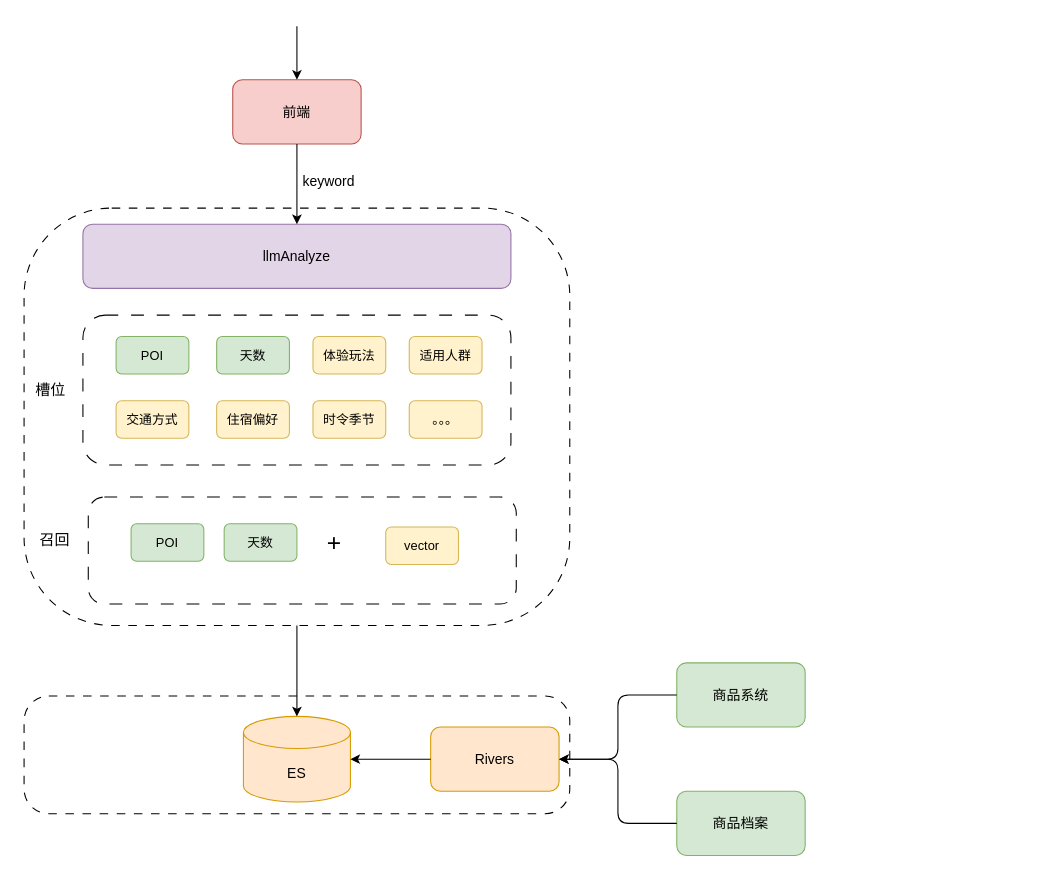
haiyang1985/draw-io keeps this draw.io diagram as Untitled Diagram.drawio. Above is the earlier version. Source tidied: cells renumbered, new cells numbered last; positions are measured from the earlier drawing's top-left corner, leaving out a move shared by most shapes. Both pictures are drawn from the tidied source at 107%, with x=0, y=0 at pixel (18, 26).
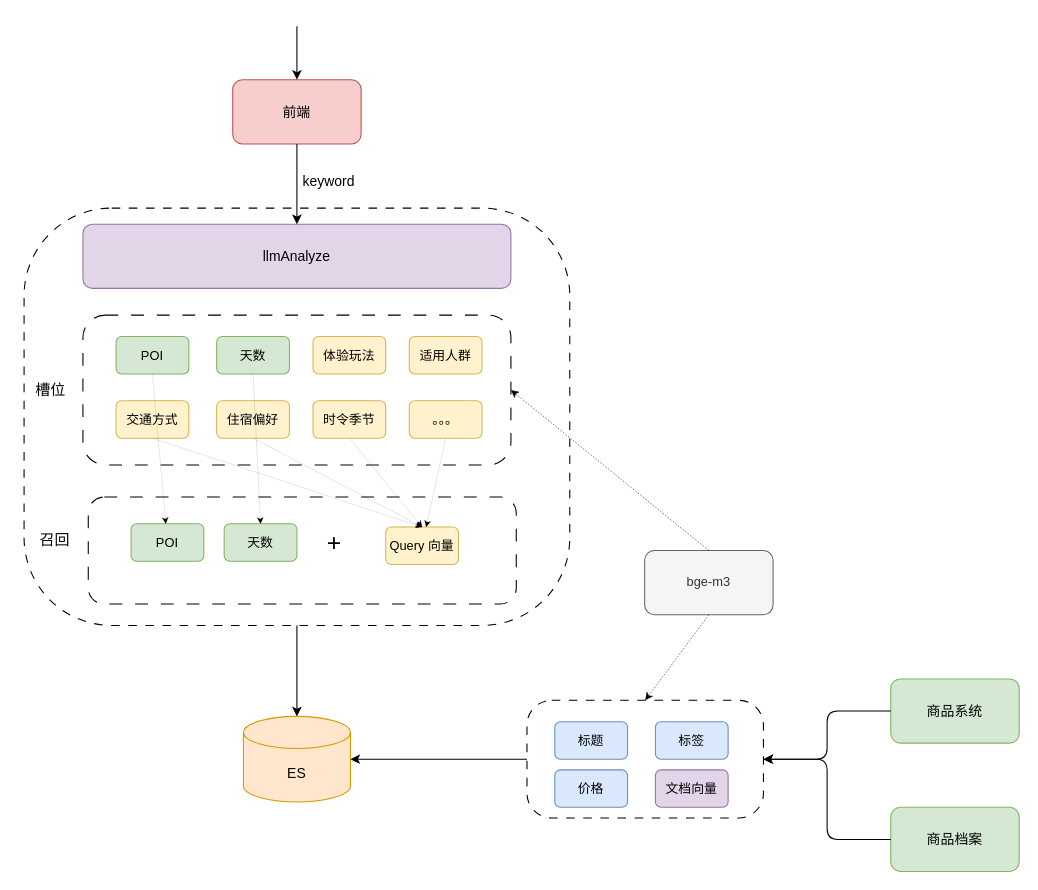
The same diagram, later.

Unchanged cells that the change refers to:
```xml
<mxCell id="4" value="ES" style="shape=cylinder3;whiteSpace=wrap;html=1;boundedLbl=1;backgroundOutline=1;size=15;fontSize=13;fillColor=#ffe6cc;strokeColor=#d79b00;" parent="1" vertex="1">
  <mxGeometry x="210" y="645" width="100" height="80" as="geometry" />
</mxCell>
<mxCell id="16" style="rounded=1;whiteSpace=wrap;html=1;roundedPerimeter=1;dashed=1;dashPattern=12 12;" parent="1" vertex="1">
  <mxGeometry x="60" y="270" width="400" height="140" as="geometry" />
</mxCell>
<mxCell id="17" value="POI" style="rounded=1;whiteSpace=wrap;html=1;roundedPerimeter=1;fillColor=#d5e8d4;strokeColor=#82b366;" parent="1" vertex="1">
  <mxGeometry x="91" y="290" width="68" height="35" as="geometry" />
</mxCell>
<mxCell id="18" value="天数" style="rounded=1;whiteSpace=wrap;html=1;roundedPerimeter=1;fillColor=#d5e8d4;strokeColor=#82b366;" parent="1" vertex="1">
  <mxGeometry x="185" y="290" width="68" height="35" as="geometry" />
</mxCell>
<mxCell id="21" value="交通方式" style="rounded=1;whiteSpace=wrap;html=1;roundedPerimeter=1;fillColor=#fff2cc;strokeColor=#d6b656;" parent="1" vertex="1">
  <mxGeometry x="91" y="350" width="68" height="35" as="geometry" />
</mxCell>
<mxCell id="22" value="住宿偏好" style="rounded=1;whiteSpace=wrap;html=1;roundedPerimeter=1;fillColor=#fff2cc;strokeColor=#d6b656;" parent="1" vertex="1">
  <mxGeometry x="185" y="350" width="68" height="35" as="geometry" />
</mxCell>
<mxCell id="23" value="时令季节" style="rounded=1;whiteSpace=wrap;html=1;roundedPerimeter=1;fillColor=#fff2cc;strokeColor=#d6b656;" parent="1" vertex="1">
  <mxGeometry x="275" y="350" width="68" height="35" as="geometry" />
</mxCell>
<mxCell id="24" value="。。。" style="rounded=1;whiteSpace=wrap;html=1;roundedPerimeter=1;fillColor=#fff2cc;strokeColor=#d6b656;" parent="1" vertex="1">
  <mxGeometry x="365" y="350" width="68" height="35" as="geometry" />
</mxCell>
<mxCell id="26" value="POI" style="rounded=1;whiteSpace=wrap;html=1;roundedPerimeter=1;fillColor=#d5e8d4;strokeColor=#82b366;" parent="1" vertex="1">
  <mxGeometry x="105" y="465" width="68" height="35" as="geometry" />
</mxCell>
<mxCell id="27" value="天数" style="rounded=1;whiteSpace=wrap;html=1;roundedPerimeter=1;fillColor=#d5e8d4;strokeColor=#82b366;" parent="1" vertex="1">
  <mxGeometry x="192" y="465" width="68" height="35" as="geometry" />
</mxCell>
```

Change to the diagram source:
```diff
@@
     <mxCell id="2" style="rounded=1;whiteSpace=wrap;html=1;roundedPerimeter=1;arcSize=21;dashed=1;dashPattern=8 8;" parent="1" vertex="1">
-      <mxGeometry x="5" y="626" width="510" height="110" as="geometry" />
+      <mxGeometry x="475" y="630" width="221" height="110" as="geometry" />
     </mxCell>
@@
-    <mxCell id="5" value="Rivers" style="rounded=1;whiteSpace=wrap;html=1;fontSize=13;fillColor=#ffe6cc;strokeColor=#d79b00;" parent="1" vertex="1">
-      <mxGeometry x="385" y="655" width="120" height="60" as="geometry" />
-    </mxCell>
     <mxCell id="6" value="商品系统" style="rounded=1;whiteSpace=wrap;html=1;fontSize=13;fillColor=#d5e8d4;strokeColor=#82b366;" parent="1" vertex="1">
-      <mxGeometry x="615" y="595" width="120" height="60" as="geometry" />
+      <mxGeometry x="815" y="610" width="120" height="60" as="geometry" />
     </mxCell>
-    <mxCell id="7" style="endArrow=classic;html=1;rounded=1;exitX=0;exitY=0.5;exitDx=0;exitDy=0;entryX=1;entryY=0.5;entryDx=0;entryDy=0;fontSize=13;edgeStyle=orthogonalEdgeStyle;" parent="1" edge="1" source="6" target="5">
+    <mxCell id="7" style="endArrow=classic;html=1;rounded=1;exitX=0;exitY=0.5;exitDx=0;exitDy=0;entryX=1;entryY=0.5;entryDx=0;entryDy=0;fontSize=13;edgeStyle=orthogonalEdgeStyle;" parent="1" edge="1" source="6" target="2">
       <mxGeometry x="-0.27" relative="1" as="geometry" />
     </mxCell>
-    <mxCell id="8" style="endArrow=classic;html=1;rounded=1;exitX=0;exitY=0.5;exitDx=0;exitDy=0;entryX=1;entryY=0.5;entryDx=0;entryDy=0;edgeStyle=orthogonalEdgeStyle;fontSize=13;entryPerimeter=0;" parent="1" edge="1" source="5" target="4">
+    <mxCell id="8" style="endArrow=classic;html=1;rounded=1;exitX=0;exitY=0.5;exitDx=0;exitDy=0;entryX=1;entryY=0.5;entryDx=0;entryDy=0;edgeStyle=orthogonalEdgeStyle;fontSize=13;entryPerimeter=0;" parent="1" edge="1" source="2" target="4">
       <mxGeometry relative="1" as="geometry" />
     </mxCell>
@@
     <mxCell id="15" value="商品档案" style="rounded=1;whiteSpace=wrap;html=1;fontSize=13;fillColor=#d5e8d4;strokeColor=#82b366;" parent="1" vertex="1">
-      <mxGeometry x="615" y="715" width="120" height="60" as="geometry" />
+      <mxGeometry x="815" y="730" width="120" height="60" as="geometry" />
     </mxCell>
@@
-    <mxCell id="28" value="vector" style="rounded=1;whiteSpace=wrap;html=1;roundedPerimeter=1;fillColor=#fff2cc;strokeColor=#d6b656;" parent="1" vertex="1">
+    <mxCell id="28" value="Query 向量" style="rounded=1;whiteSpace=wrap;html=1;roundedPerimeter=1;fillColor=#fff2cc;strokeColor=#d6b656;" parent="1" vertex="1">
       <mxGeometry x="343" y="468" width="68" height="35" as="geometry" />
     </mxCell>
@@
-    <mxCell id="32" style="endArrow=classic;html=1;rounded=1;exitX=0;exitY=0.5;exitDx=0;exitDy=0;entryX=1;entryY=0.5;entryDx=0;entryDy=0;fontSize=13;edgeStyle=orthogonalEdgeStyle;" parent="1" edge="1" source="15" target="5">
+    <mxCell id="32" style="endArrow=classic;html=1;rounded=1;exitX=0;exitY=0.5;exitDx=0;exitDy=0;entryX=1;entryY=0.5;entryDx=0;entryDy=0;fontSize=13;edgeStyle=orthogonalEdgeStyle;" parent="1" edge="1" source="15" target="2">
       <mxGeometry x="-0.57" relative="1" as="geometry" />
     </mxCell>
+    <mxCell id="33" value="标题" style="rounded=1;whiteSpace=wrap;html=1;roundedPerimeter=1;fillColor=#dae8fc;strokeColor=#6c8ebf;" parent="1" vertex="1">
+      <mxGeometry x="501" y="650" width="68" height="35" as="geometry" />
+    </mxCell>
+    <mxCell id="34" value="标签" style="rounded=1;whiteSpace=wrap;html=1;roundedPerimeter=1;fillColor=#dae8fc;strokeColor=#6c8ebf;" parent="1" vertex="1">
+      <mxGeometry x="595" y="650" width="68" height="35" as="geometry" />
+    </mxCell>
+    <mxCell id="35" value="价格" style="rounded=1;whiteSpace=wrap;html=1;roundedPerimeter=1;fillColor=#dae8fc;strokeColor=#6c8ebf;" parent="1" vertex="1">
+      <mxGeometry x="501" y="695" width="68" height="35" as="geometry" />
+    </mxCell>
+    <mxCell id="36" style="endArrow=classic;html=1;rounded=0;exitX=0.5;exitY=1;exitDx=0;exitDy=0;entryX=0.5;entryY=0;entryDx=0;entryDy=0;dashed=1;strokeWidth=0;" parent="1" edge="1" source="23" target="28">
+      <mxGeometry relative="1" as="geometry" />
+    </mxCell>
+    <mxCell id="37" style="endArrow=classic;html=1;rounded=0;exitX=0.5;exitY=1;exitDx=0;exitDy=0;entryX=0.5;entryY=0;entryDx=0;entryDy=0;dashed=1;strokeWidth=0;" parent="1" edge="1" source="22" target="28">
+      <mxGeometry relative="1" as="geometry" />
+    </mxCell>
+    <mxCell id="38" style="endArrow=classic;html=1;rounded=0;exitX=0.5;exitY=1;exitDx=0;exitDy=0;entryX=0.5;entryY=0;entryDx=0;entryDy=0;dashed=1;strokeWidth=0;" parent="1" edge="1" source="21" target="28">
+      <mxGeometry relative="1" as="geometry" />
+    </mxCell>
+    <mxCell id="39" style="endArrow=classic;html=1;rounded=0;exitX=0.5;exitY=1;exitDx=0;exitDy=0;dashed=1;strokeWidth=0;" parent="1" edge="1" source="24" target="28">
+      <mxGeometry relative="1" as="geometry" />
+    </mxCell>
+    <mxCell id="40" style="endArrow=classic;html=1;rounded=0;exitX=0.5;exitY=1;exitDx=0;exitDy=0;dashed=1;strokeWidth=0;" parent="1" edge="1" source="17" target="26">
+      <mxGeometry relative="1" as="geometry" />
+    </mxCell>
+    <mxCell id="41" style="endArrow=classic;html=1;rounded=0;exitX=0.5;exitY=1;exitDx=0;exitDy=0;entryX=0.5;entryY=0;entryDx=0;entryDy=0;dashed=1;strokeWidth=0;" parent="1" edge="1" source="18" target="27">
+      <mxGeometry relative="1" as="geometry" />
+    </mxCell>
+    <mxCell id="42" value="文档向量" style="rounded=1;whiteSpace=wrap;html=1;roundedPerimeter=1;fillColor=#e1d5e7;strokeColor=#9673a6;" parent="1" vertex="1">
+      <mxGeometry x="595" y="695" width="68" height="35" as="geometry" />
+    </mxCell>
+    <mxCell id="43" value="bge-m3" style="rounded=1;whiteSpace=wrap;html=1;roundedPerimeter=1;fillColor=#f5f5f5;fontColor=#333333;strokeColor=#666666;" parent="1" vertex="1">
+      <mxGeometry x="585" y="490" width="120" height="60" as="geometry" />
+    </mxCell>
+    <mxCell id="44" style="endArrow=classic;html=1;rounded=0;entryX=1;entryY=0.5;entryDx=0;entryDy=0;exitX=0.5;exitY=0;exitDx=0;exitDy=0;dashed=1;strokeWidth=0.5;" parent="1" edge="1" source="43" target="16">
+      <mxGeometry relative="1" as="geometry" />
+    </mxCell>
+    <mxCell id="45" style="endArrow=classic;html=1;rounded=0;entryX=0.5;entryY=0;entryDx=0;entryDy=0;exitX=0.5;exitY=1;exitDx=0;exitDy=0;dashed=1;strokeWidth=0.5;" parent="1" edge="1" source="43" target="2">
+      <mxGeometry relative="1" as="geometry" />
+    </mxCell>
```
